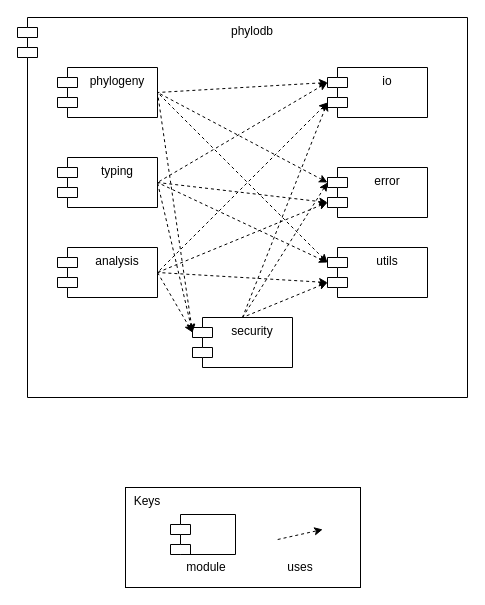
Before: wiki/draw.io/phylodb/uses.drawio in phyloviz/phyloDB, a draw.io diagram. Source tidied: cells renumbered, new cells numbered last; positions are measured from the earlier drawing's top-left corner, leaving out a move shared by most shapes. Both pictures are drawn from the tidied source at 100%, with x=0, y=0 at pixel (17, 17).
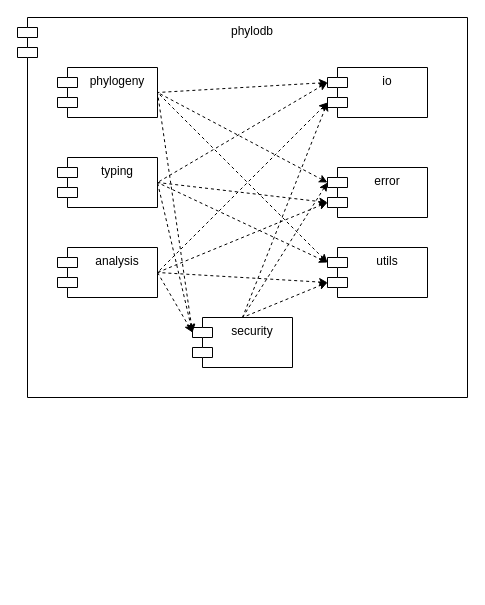
Above is the later version.

Change to the diagram source:
```diff
@@
-    <mxCell id="25" style="group;" parent="1" vertex="1">
-      <mxGeometry x="108" y="470" width="235" height="100" as="geometry" />
-    </mxCell>
-    <mxCell id="26" value="&amp;nbsp; Keys" style="rounded=0;whiteSpace=wrap;html=1;align=left;verticalAlign=top;" parent="25" vertex="1">
-      <mxGeometry width="235" height="100" as="geometry" />
-    </mxCell>
-    <mxCell id="27" style="endArrow=classic;html=1;exitX=1;exitY=0.5;exitDx=0;exitDy=0;startArrow=none;startFill=0;endFill=1;dashed=1;" parent="25" edge="1">
-      <mxGeometry relative="1" as="geometry">
-        <mxPoint x="152.2" y="52" as="sourcePoint" />
-        <mxPoint x="197.2" y="42" as="targetPoint" />
-      </mxGeometry>
-    </mxCell>
-    <mxCell id="28" value="uses" style="text;html=1;strokeColor=none;fillColor=none;align=center;verticalAlign=middle;whiteSpace=wrap;rounded=0;" parent="25" vertex="1">
-      <mxGeometry x="145" y="70" width="59.5" height="20" as="geometry" />
-    </mxCell>
-    <mxCell id="29" style="shape=module;align=left;spacingLeft=20;align=center;verticalAlign=top;" parent="25" vertex="1">
-      <mxGeometry x="45" y="27" width="65" height="40" as="geometry" />
-    </mxCell>
-    <mxCell id="30" value="module" style="text;html=1;strokeColor=none;fillColor=none;align=center;verticalAlign=middle;whiteSpace=wrap;rounded=0;" parent="25" vertex="1">
-      <mxGeometry x="50.5" y="70" width="59.5" height="20" as="geometry" />
-    </mxCell>
```
